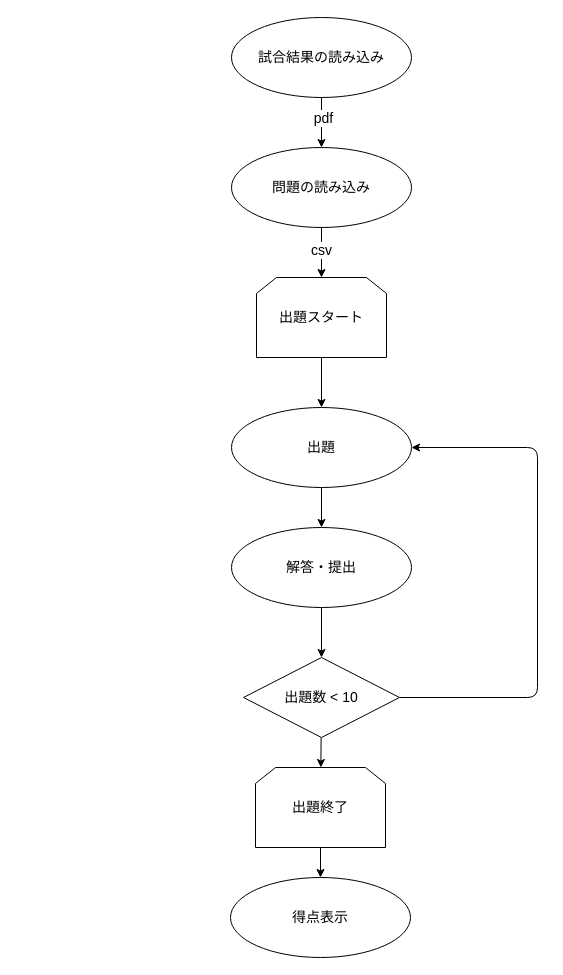
Earlier version of the draw.io diagram quizapp/quizapp/process_flaw.drawio (IR325/SwiftPractice). Source tidied: cells renumbered, new cells numbered last; positions are measured from the earlier drawing's top-left corner, leaving out a move shared by most shapes. Both pictures are drawn from the tidied source at 100%, with x=0, y=0 at pixel (230, 17).
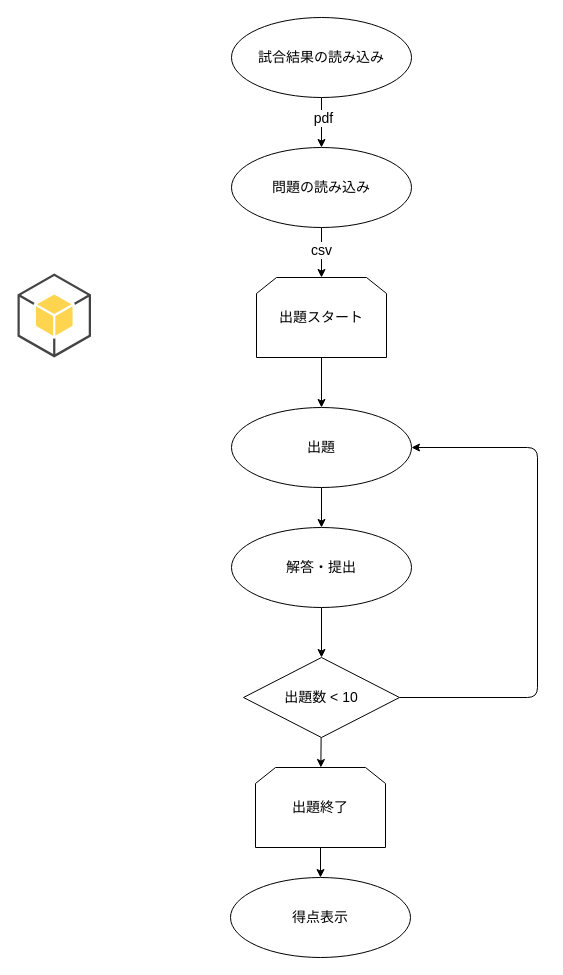
Above is the later version.

Commit message:
pythonのロゴ追加

What changed in the source:
```diff
@@
+    <mxCell id="20" style="dashed=0;verticalLabelPosition=bottom;verticalAlign=top;align=center;html=1;shape=mxgraph.aws3.android;fillColor=#FFD44F;gradientColor=none;" parent="1" vertex="1">
+      <mxGeometry x="-213" y="256" width="73.5" height="84" as="geometry" />
+    </mxCell>
```
